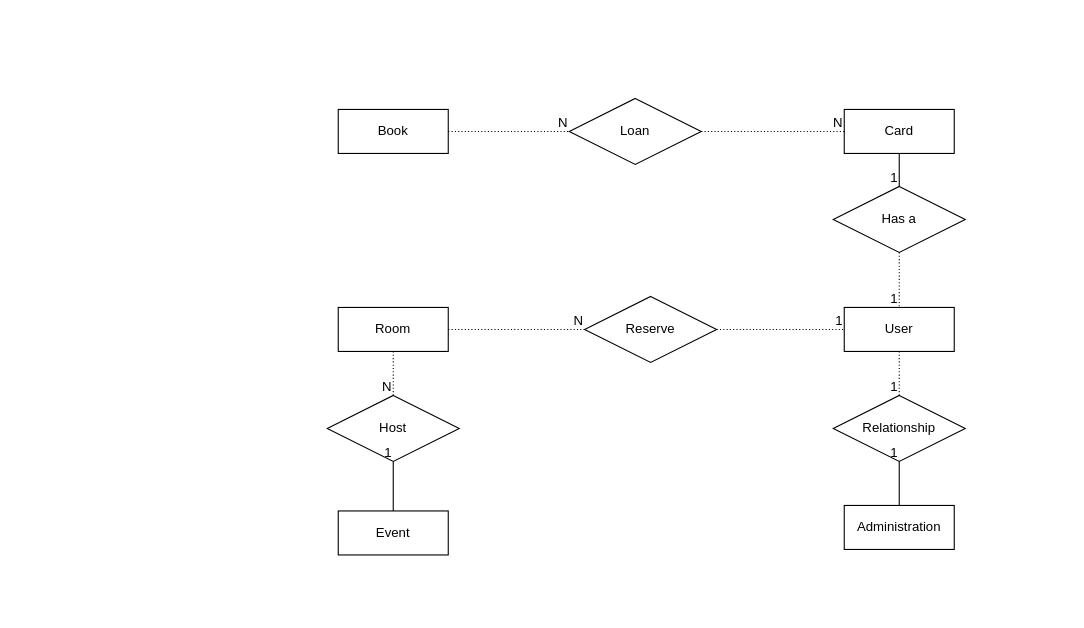
salvatore-greco/SWE keeps this draw.io diagram as Er Diagram(ma).drawio. Above is the earlier version. Source tidied: cells renumbered, new cells numbered last; positions are measured from the earlier drawing's top-left corner, leaving out a move shared by most shapes. Both pictures are drawn from the tidied source at 110%, with x=0, y=0 at pixel (327, 98).
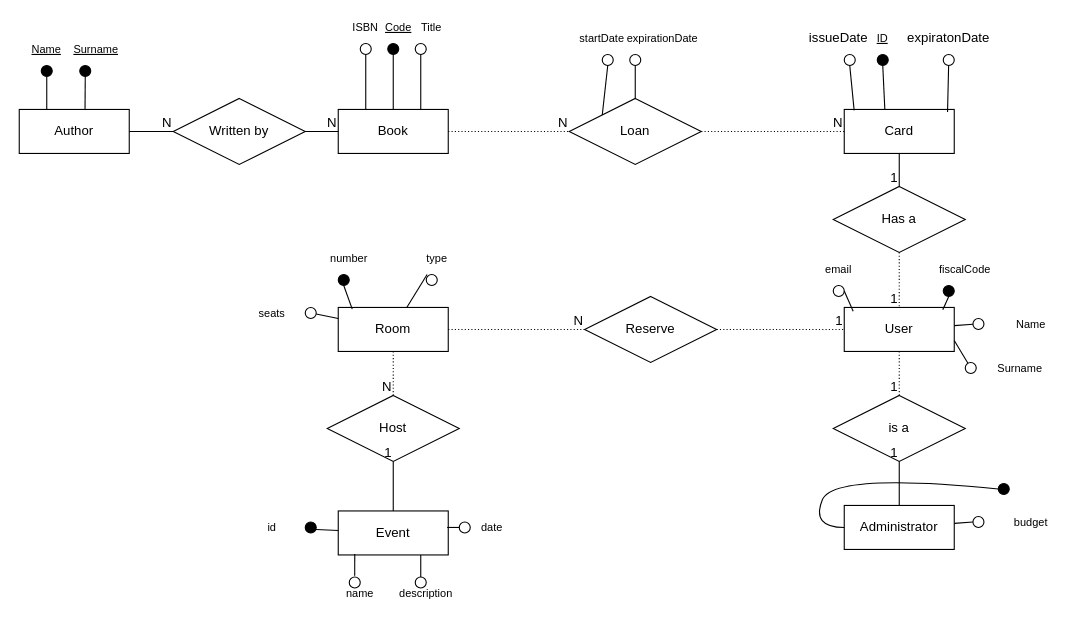
The same page after the edit.

Commit message:
Modificato er diagram

Unchanged cells that the change refers to:
```xml
<mxCell id="2" value="&lt;div&gt;Book&lt;/div&gt;" style="whiteSpace=wrap;html=1;align=center;" parent="1" vertex="1">
  <mxGeometry x="10" y="10" width="100" height="40" as="geometry" />
</mxCell>
<mxCell id="3" value="&lt;div&gt;Loan&lt;/div&gt;" style="shape=rhombus;perimeter=rhombusPerimeter;whiteSpace=wrap;html=1;align=center;" parent="1" vertex="1">
  <mxGeometry x="220" width="120" height="60" as="geometry" />
</mxCell>
<mxCell id="4" value="&lt;div&gt;Event&lt;/div&gt;" style="whiteSpace=wrap;html=1;align=center;" parent="1" vertex="1">
  <mxGeometry x="10" y="375" width="100" height="40" as="geometry" />
</mxCell>
<mxCell id="5" value="&lt;div&gt;User&lt;/div&gt;" style="whiteSpace=wrap;html=1;align=center;" parent="1" vertex="1">
  <mxGeometry x="470" y="190" width="100" height="40" as="geometry" />
</mxCell>
<mxCell id="6" value="&lt;div&gt;Card&lt;/div&gt;" style="whiteSpace=wrap;html=1;align=center;" parent="1" vertex="1">
  <mxGeometry x="470" y="10" width="100" height="40" as="geometry" />
</mxCell>
<mxCell id="18" value="&lt;div&gt;Room&lt;/div&gt;" style="whiteSpace=wrap;html=1;align=center;" parent="1" vertex="1">
  <mxGeometry x="10" y="190" width="100" height="40" as="geometry" />
</mxCell>
```

What changed in the source:
```diff
@@
-    <mxCell id="8" value="Administration" style="whiteSpace=wrap;html=1;align=center;" parent="1" vertex="1">
+    <mxCell id="8" value="Administrator" style="whiteSpace=wrap;html=1;align=center;" parent="1" vertex="1">
       <mxGeometry x="470" y="370" width="100" height="40" as="geometry" />
     </mxCell>
-    <mxCell id="9" value="Relationship" style="shape=rhombus;perimeter=rhombusPerimeter;whiteSpace=wrap;html=1;align=center;" parent="1" vertex="1">
+    <mxCell id="9" value="is a" style="shape=rhombus;perimeter=rhombusPerimeter;whiteSpace=wrap;html=1;align=center;" parent="1" vertex="1">
       <mxGeometry x="460" y="270" width="120" height="60" as="geometry" />
     </mxCell>
@@
+    <mxCell id="33" style="edgeStyle=none;rounded=0;jettySize=auto;html=1;endArrow=none;startFill=0;" parent="1" edge="1" source="18" target="88">
+      <mxGeometry relative="1" as="geometry" />
+    </mxCell>
@@
+    <mxCell id="34" style="edgeStyle=none;rounded=0;jettySize=auto;html=1;exitX=0.5;exitY=1;exitDx=0;exitDy=0;endArrow=none;startFill=0;" parent="1" edge="1" source="35" target="2">
+      <mxGeometry relative="1" as="geometry" />
+    </mxCell>
+    <mxCell id="35" style="ellipse;whiteSpace=wrap;html=1;align=center;fillColor=#000000;" parent="1" vertex="1">
+      <mxGeometry x="55" y="-50" width="10" height="10" as="geometry" />
+    </mxCell>
+    <mxCell id="36" style="rounded=0;jettySize=auto;html=1;exitX=0.5;exitY=1;exitDx=0;exitDy=0;endArrow=none;startFill=0;entryX=0.25;entryY=0;entryDx=0;entryDy=0;" parent="1" edge="1" source="37" target="2">
+      <mxGeometry relative="1" as="geometry" />
+    </mxCell>
+    <mxCell id="37" style="ellipse;whiteSpace=wrap;html=1;align=center;" parent="1" vertex="1">
+      <mxGeometry x="30" y="-50" width="10" height="10" as="geometry" />
+    </mxCell>
+    <mxCell id="38" value="Author" style="whiteSpace=wrap;html=1;align=center;" parent="1" vertex="1">
+      <mxGeometry x="-280" y="10" width="100" height="40" as="geometry" />
+    </mxCell>
+    <mxCell id="39" value="Written by" style="shape=rhombus;perimeter=rhombusPerimeter;whiteSpace=wrap;html=1;align=center;" parent="1" vertex="1">
+      <mxGeometry x="-140" width="120" height="60" as="geometry" />
+    </mxCell>
+    <mxCell id="40" style="endArrow=none;html=1;rounded=0;exitX=1;exitY=0.5;exitDx=0;exitDy=0;entryX=0;entryY=0.5;entryDx=0;entryDy=0;" parent="1" edge="1" source="38" target="39">
+      <mxGeometry relative="1" as="geometry" />
+    </mxCell>
+    <mxCell id="41" value="N" style="html=1;whiteSpace=wrap;align=right;verticalAlign=bottom;" parent="40" vertex="1">
+      <mxGeometry x="1" relative="1" as="geometry" />
+    </mxCell>
+    <mxCell id="42" style="endArrow=none;html=1;rounded=0;entryX=0;entryY=0.5;entryDx=0;entryDy=0;" parent="1" edge="1" target="2">
+      <mxGeometry relative="1" as="geometry">
+        <mxPoint x="-20" y="30" as="sourcePoint" />
+      </mxGeometry>
+    </mxCell>
+    <mxCell id="43" value="N" style="html=1;whiteSpace=wrap;align=right;verticalAlign=bottom;" parent="42" vertex="1">
+      <mxGeometry x="1" relative="1" as="geometry" />
+    </mxCell>
+    <mxCell id="44" style="edgeStyle=none;rounded=0;jettySize=auto;html=1;entryX=0.75;entryY=0;entryDx=0;entryDy=0;endArrow=none;startFill=0;" parent="1" edge="1" source="45" target="2">
+      <mxGeometry relative="1" as="geometry" />
+    </mxCell>
+    <mxCell id="45" style="ellipse;whiteSpace=wrap;html=1;align=center;" parent="1" vertex="1">
+      <mxGeometry x="80" y="-50" width="10" height="10" as="geometry" />
+    </mxCell>
+    <mxCell id="46" value="&lt;div&gt;&lt;font style=&quot;font-size: 10px;&quot;&gt;ISBN&lt;/font&gt;&lt;/div&gt;" style="text;html=1;align=center;verticalAlign=middle;whiteSpace=wrap;rounded=0;" parent="1" vertex="1">
+      <mxGeometry x="20" y="-70" width="30" height="10" as="geometry" />
+    </mxCell>
+    <mxCell id="47" value="&lt;u&gt;&lt;font style=&quot;font-size: 10px;&quot;&gt;Code&lt;/font&gt;&lt;/u&gt;" style="text;html=1;align=center;verticalAlign=middle;whiteSpace=wrap;rounded=0;" parent="1" vertex="1">
+      <mxGeometry x="50" y="-70" width="30" height="10" as="geometry" />
+    </mxCell>
+    <mxCell id="48" value="&lt;font style=&quot;font-size: 10px;&quot;&gt;Title&lt;/font&gt;" style="text;html=1;align=center;verticalAlign=middle;whiteSpace=wrap;rounded=0;" parent="1" vertex="1">
+      <mxGeometry x="80" y="-70" width="30" height="10" as="geometry" />
+    </mxCell>
+    <mxCell id="49" style="edgeStyle=none;rounded=0;jettySize=auto;html=1;endArrow=none;startFill=0;entryX=0.598;entryY=0.015;entryDx=0;entryDy=0;entryPerimeter=0;" parent="1" edge="1" source="50" target="38">
+      <mxGeometry relative="1" as="geometry" />
+    </mxCell>
+    <mxCell id="50" style="ellipse;whiteSpace=wrap;html=1;align=center;fillColor=#000000;" parent="1" vertex="1">
+      <mxGeometry x="-225" y="-30" width="10" height="10" as="geometry" />
+    </mxCell>
+    <mxCell id="51" value="&lt;u&gt;&lt;font style=&quot;font-size: 10px;&quot;&gt;Name&lt;/font&gt;&lt;/u&gt;" style="text;html=1;align=center;verticalAlign=middle;whiteSpace=wrap;rounded=0;" parent="1" vertex="1">
+      <mxGeometry x="-270" y="-50" width="30" height="10" as="geometry" />
+    </mxCell>
+    <mxCell id="52" value="&lt;font style=&quot;font-size: 10px;&quot;&gt;&lt;u&gt;Surname&lt;/u&gt;&lt;/font&gt;" style="text;html=1;align=center;verticalAlign=middle;whiteSpace=wrap;rounded=0;" parent="1" vertex="1">
+      <mxGeometry x="-225" y="-50" width="30" height="10" as="geometry" />
+    </mxCell>
+    <mxCell id="53" style="edgeStyle=none;rounded=0;jettySize=auto;html=1;entryX=0.25;entryY=0;entryDx=0;entryDy=0;endArrow=none;startFill=0;" parent="1" edge="1" source="54" target="38">
+      <mxGeometry relative="1" as="geometry" />
+    </mxCell>
+    <mxCell id="54" style="ellipse;whiteSpace=wrap;html=1;align=center;fillColor=#000000;" parent="1" vertex="1">
+      <mxGeometry x="-260" y="-30" width="10" height="10" as="geometry" />
+    </mxCell>
+    <mxCell id="55" style="ellipse;whiteSpace=wrap;html=1;align=center;" parent="1" vertex="1">
+      <mxGeometry x="250" y="-40" width="10" height="10" as="geometry" />
+    </mxCell>
+    <mxCell id="56" style="ellipse;whiteSpace=wrap;html=1;align=center;" parent="1" vertex="1">
+      <mxGeometry x="275" y="-40" width="10" height="10" as="geometry" />
+    </mxCell>
+    <mxCell id="57" style="endArrow=none;html=1;rounded=0;entryX=0.5;entryY=1;entryDx=0;entryDy=0;exitX=0;exitY=0;exitDx=0;exitDy=0;" parent="1" edge="1" source="3" target="55">
+      <mxGeometry relative="1" as="geometry" />
+    </mxCell>
+    <mxCell id="58" style="endArrow=none;html=1;rounded=0;exitX=0.5;exitY=0;exitDx=0;exitDy=0;entryX=0.5;entryY=1;entryDx=0;entryDy=0;" parent="1" edge="1" source="3" target="56">
+      <mxGeometry relative="1" as="geometry" />
+    </mxCell>
+    <mxCell id="59" value="startDate" style="text;html=1;align=center;verticalAlign=middle;whiteSpace=wrap;rounded=0;fontSize=10;" parent="1" vertex="1">
+      <mxGeometry x="220" y="-70" width="60" height="30" as="geometry" />
+    </mxCell>
+    <mxCell id="60" value="&lt;div&gt;expirationDate&lt;/div&gt;" style="text;html=1;align=center;verticalAlign=middle;whiteSpace=wrap;rounded=0;fontSize=10;" parent="1" vertex="1">
+      <mxGeometry x="275" y="-70" width="60" height="30" as="geometry" />
+    </mxCell>
+    <mxCell id="61" style="ellipse;whiteSpace=wrap;html=1;align=center;fillColor=#000000;" parent="1" vertex="1">
+      <mxGeometry x="500" y="-40" width="10" height="10" as="geometry" />
+    </mxCell>
+    <mxCell id="62" style="ellipse;whiteSpace=wrap;html=1;align=center;" parent="1" vertex="1">
+      <mxGeometry x="470" y="-40" width="10" height="10" as="geometry" />
+    </mxCell>
+    <mxCell id="63" style="ellipse;whiteSpace=wrap;html=1;align=center;" parent="1" vertex="1">
+      <mxGeometry x="560" y="-40" width="10" height="10" as="geometry" />
+    </mxCell>
+    <mxCell id="64" value="issueDate" style="text;html=1;align=center;verticalAlign=middle;whiteSpace=wrap;rounded=0;" parent="1" vertex="1">
+      <mxGeometry x="450" y="-60" width="30" height="10" as="geometry" />
+    </mxCell>
+    <mxCell id="65" value="&lt;font style=&quot;font-size: 10px;&quot;&gt;&lt;u&gt;ID&lt;/u&gt;&lt;/font&gt;" style="text;html=1;align=center;verticalAlign=middle;whiteSpace=wrap;rounded=0;" parent="1" vertex="1">
+      <mxGeometry x="490" y="-60" width="30" height="10" as="geometry" />
+    </mxCell>
+    <mxCell id="66" value="expiratonDate" style="text;html=1;align=center;verticalAlign=middle;whiteSpace=wrap;rounded=0;" parent="1" vertex="1">
+      <mxGeometry x="550" y="-60" width="30" height="10" as="geometry" />
+    </mxCell>
+    <mxCell id="67" style="endArrow=none;html=1;rounded=0;entryX=0.5;entryY=1;entryDx=0;entryDy=0;exitX=0.09;exitY=0.02;exitDx=0;exitDy=0;exitPerimeter=0;" parent="1" edge="1" source="6" target="62">
+      <mxGeometry relative="1" as="geometry" />
+    </mxCell>
+    <mxCell id="68" style="edgeStyle=none;rounded=0;jettySize=auto;html=1;entryX=0.939;entryY=0.06;entryDx=0;entryDy=0;entryPerimeter=0;endArrow=none;startFill=0;" parent="1" edge="1" source="63" target="6">
+      <mxGeometry relative="1" as="geometry" />
+    </mxCell>
+    <mxCell id="69" style="edgeStyle=none;rounded=0;jettySize=auto;html=1;exitX=0.5;exitY=1;exitDx=0;exitDy=0;entryX=0.369;entryY=-0.004;entryDx=0;entryDy=0;entryPerimeter=0;endArrow=none;startFill=0;" parent="1" edge="1" source="61" target="6">
+      <mxGeometry relative="1" as="geometry" />
+    </mxCell>
+    <mxCell id="70" style="ellipse;whiteSpace=wrap;html=1;align=center;fillColor=#000000;" parent="1" vertex="1">
+      <mxGeometry x="560" y="170" width="10" height="10" as="geometry" />
+    </mxCell>
+    <mxCell id="71" value="fiscalCode" style="text;html=1;align=center;verticalAlign=middle;whiteSpace=wrap;rounded=0;fontSize=10;" parent="1" vertex="1">
+      <mxGeometry x="550" y="140" width="60" height="30" as="geometry" />
+    </mxCell>
+    <mxCell id="72" style="edgeStyle=none;rounded=0;jettySize=auto;html=1;endArrow=none;startFill=0;" parent="1" edge="1" source="73" target="5">
+      <mxGeometry relative="1" as="geometry" />
+    </mxCell>
+    <mxCell id="73" style="ellipse;whiteSpace=wrap;html=1;align=center;" parent="1" vertex="1">
+      <mxGeometry x="587" y="200" width="10" height="10" as="geometry" />
+    </mxCell>
+    <mxCell id="74" value="Name" style="text;html=1;align=center;verticalAlign=middle;whiteSpace=wrap;rounded=0;fontSize=10;" parent="1" vertex="1">
+      <mxGeometry x="610" y="190" width="60" height="30" as="geometry" />
+    </mxCell>
+    <mxCell id="75" style="edgeStyle=none;rounded=0;jettySize=auto;html=1;entryX=1;entryY=0.75;entryDx=0;entryDy=0;endArrow=none;startFill=0;" parent="1" edge="1" source="76" target="5">
+      <mxGeometry relative="1" as="geometry" />
+    </mxCell>
+    <mxCell id="76" style="ellipse;whiteSpace=wrap;html=1;align=center;" parent="1" vertex="1">
+      <mxGeometry x="580" y="240" width="10" height="10" as="geometry" />
+    </mxCell>
+    <mxCell id="77" value="Surname" style="text;html=1;align=center;verticalAlign=middle;whiteSpace=wrap;rounded=0;fontSize=10;" parent="1" vertex="1">
+      <mxGeometry x="600" y="230" width="60" height="30" as="geometry" />
+    </mxCell>
+    <mxCell id="78" style="ellipse;whiteSpace=wrap;html=1;align=center;" parent="1" vertex="1">
+      <mxGeometry x="460" y="170" width="10" height="10" as="geometry" />
+    </mxCell>
+    <mxCell id="79" value="email" style="text;html=1;align=center;verticalAlign=middle;whiteSpace=wrap;rounded=0;fontSize=10;" parent="1" vertex="1">
+      <mxGeometry x="435" y="140" width="60" height="30" as="geometry" />
+    </mxCell>
+    <mxCell id="80" style="edgeStyle=none;rounded=0;jettySize=auto;html=1;exitX=1;exitY=0.5;exitDx=0;exitDy=0;entryX=0.081;entryY=0.088;entryDx=0;entryDy=0;entryPerimeter=0;endArrow=none;startFill=0;" parent="1" edge="1" source="78" target="5">
+      <mxGeometry relative="1" as="geometry" />
+    </mxCell>
+    <mxCell id="81" style="edgeStyle=none;rounded=0;jettySize=auto;html=1;exitX=0.5;exitY=1;exitDx=0;exitDy=0;entryX=0.896;entryY=0.052;entryDx=0;entryDy=0;entryPerimeter=0;endArrow=none;startFill=0;" parent="1" edge="1" source="70" target="5">
+      <mxGeometry relative="1" as="geometry" />
+    </mxCell>
+    <mxCell id="82" style="ellipse;whiteSpace=wrap;html=1;align=center;fillColor=#000000;" parent="1" vertex="1">
+      <mxGeometry x="10" y="160" width="10" height="10" as="geometry" />
+    </mxCell>
+    <mxCell id="83" value="&lt;div&gt;number&lt;/div&gt;" style="text;html=1;align=center;verticalAlign=middle;whiteSpace=wrap;rounded=0;fontSize=10;" parent="1" vertex="1">
+      <mxGeometry x="-10" y="130" width="60" height="30" as="geometry" />
+    </mxCell>
+    <mxCell id="84" style="edgeStyle=none;rounded=0;jettySize=auto;html=1;endArrow=none;startFill=0;" parent="1" edge="1" source="85" target="18">
+      <mxGeometry relative="1" as="geometry" />
+    </mxCell>
+    <mxCell id="85" style="ellipse;whiteSpace=wrap;html=1;align=center;" parent="1" vertex="1">
+      <mxGeometry x="-20" y="190" width="10" height="10" as="geometry" />
+    </mxCell>
+    <mxCell id="86" value="seats" style="text;html=1;align=center;verticalAlign=middle;whiteSpace=wrap;rounded=0;fontSize=10;" parent="1" vertex="1">
+      <mxGeometry x="-80" y="180" width="60" height="30" as="geometry" />
+    </mxCell>
+    <mxCell id="87" style="ellipse;whiteSpace=wrap;html=1;align=center;" parent="1" vertex="1">
+      <mxGeometry x="90" y="160" width="10" height="10" as="geometry" />
+    </mxCell>
+    <mxCell id="88" value="type" style="text;html=1;align=center;verticalAlign=middle;whiteSpace=wrap;rounded=0;fontSize=10;" parent="1" vertex="1">
+      <mxGeometry x="70" y="130" width="60" height="30" as="geometry" />
+    </mxCell>
+    <mxCell id="89" style="edgeStyle=none;rounded=0;jettySize=auto;html=1;exitX=0.5;exitY=1;exitDx=0;exitDy=0;entryX=0.127;entryY=0.038;entryDx=0;entryDy=0;entryPerimeter=0;endArrow=none;startFill=0;" parent="1" edge="1" source="82" target="18">
+      <mxGeometry relative="1" as="geometry" />
+    </mxCell>
+    <mxCell id="90" style="ellipse;whiteSpace=wrap;html=1;align=center;fillColor=#000000;" parent="1" vertex="1">
+      <mxGeometry x="-20" y="385" width="10" height="10" as="geometry" />
+    </mxCell>
+    <mxCell id="91" style="edgeStyle=none;rounded=0;jettySize=auto;html=1;endArrow=none;startFill=0;" parent="1" edge="1" source="92" target="4">
+      <mxGeometry relative="1" as="geometry" />
+    </mxCell>
+    <mxCell id="92" value="id" style="text;html=1;align=center;verticalAlign=middle;whiteSpace=wrap;rounded=0;fontSize=10;" parent="1" vertex="1">
+      <mxGeometry x="-80" y="375" width="60" height="30" as="geometry" />
+    </mxCell>
+    <mxCell id="93" style="ellipse;whiteSpace=wrap;html=1;align=center;" parent="1" vertex="1">
+      <mxGeometry x="20" y="435" width="10" height="10" as="geometry" />
+    </mxCell>
+    <mxCell id="94" style="edgeStyle=none;rounded=0;jettySize=auto;html=1;exitX=0.416;exitY=-0.038;exitDx=0;exitDy=0;exitPerimeter=0;entryX=0.15;entryY=0.978;entryDx=0;entryDy=0;entryPerimeter=0;endArrow=none;startFill=0;" parent="1" edge="1" source="95" target="4">
+      <mxGeometry relative="1" as="geometry" />
+    </mxCell>
+    <mxCell id="95" value="name" style="text;html=1;align=center;verticalAlign=middle;whiteSpace=wrap;rounded=0;fontSize=10;" parent="1" vertex="1">
+      <mxGeometry y="435" width="60" height="30" as="geometry" />
+    </mxCell>
+    <mxCell id="96" style="edgeStyle=none;rounded=0;jettySize=auto;html=1;endArrow=none;startFill=0;entryX=0.75;entryY=1;entryDx=0;entryDy=0;" parent="1" edge="1" source="97" target="4">
+      <mxGeometry relative="1" as="geometry" />
+    </mxCell>
+    <mxCell id="97" style="ellipse;whiteSpace=wrap;html=1;align=center;" parent="1" vertex="1">
+      <mxGeometry x="80" y="435" width="10" height="10" as="geometry" />
+    </mxCell>
+    <mxCell id="98" value="description" style="text;html=1;align=center;verticalAlign=middle;whiteSpace=wrap;rounded=0;fontSize=10;" parent="1" vertex="1">
+      <mxGeometry x="60" y="435" width="60" height="30" as="geometry" />
+    </mxCell>
+    <mxCell id="99" style="ellipse;whiteSpace=wrap;html=1;align=center;" parent="1" vertex="1">
+      <mxGeometry x="120" y="385" width="10" height="10" as="geometry" />
+    </mxCell>
+    <mxCell id="100" value="date" style="text;html=1;align=center;verticalAlign=middle;whiteSpace=wrap;rounded=0;fontSize=10;" parent="1" vertex="1">
+      <mxGeometry x="120" y="375" width="60" height="30" as="geometry" />
+    </mxCell>
+    <mxCell id="101" style="edgeStyle=none;rounded=0;jettySize=auto;html=1;entryX=0.99;entryY=0.375;entryDx=0;entryDy=0;entryPerimeter=0;endArrow=none;startFill=0;" parent="1" edge="1" source="100" target="4">
+      <mxGeometry relative="1" as="geometry" />
+    </mxCell>
+    <mxCell id="102" style="edgeStyle=none;rounded=0;jettySize=auto;html=1;exitX=0;exitY=0.5;exitDx=0;exitDy=0;endArrow=none;startFill=0;" parent="1" edge="1" source="103" target="8">
+      <mxGeometry relative="1" as="geometry" />
+    </mxCell>
+    <mxCell id="103" style="ellipse;whiteSpace=wrap;html=1;align=center;" parent="1" vertex="1">
+      <mxGeometry x="587" y="380" width="10" height="10" as="geometry" />
+    </mxCell>
+    <mxCell id="104" value="budget" style="text;html=1;align=center;verticalAlign=middle;whiteSpace=wrap;rounded=0;fontSize=10;" parent="1" vertex="1">
+      <mxGeometry x="610" y="370" width="60" height="30" as="geometry" />
+    </mxCell>
+    <mxCell id="105" style="curved=1;endArrow=none;html=1;rounded=0;startFill=0;exitX=0;exitY=0.5;exitDx=0;exitDy=0;entryX=0;entryY=0.5;entryDx=0;entryDy=0;" parent="1" edge="1" source="8" target="106">
+      <mxGeometry relative="1" as="geometry">
+        <Array as="points">
+          <mxPoint x="440" y="390" />
+          <mxPoint x="460" y="340" />
+        </Array>
+      </mxGeometry>
+    </mxCell>
+    <mxCell id="106" style="ellipse;whiteSpace=wrap;html=1;align=center;fillColor=#000000;" parent="1" vertex="1">
+      <mxGeometry x="610" y="350" width="10" height="10" as="geometry" />
+    </mxCell>
```
